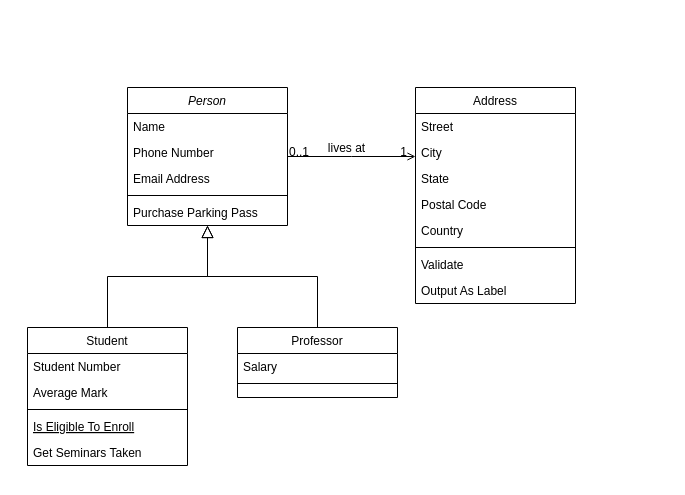
This is Untitled Diagram.drawio from shtmke/francisco.concha, a draw.io file, before an edit. Source tidied: cells renumbered, new cells numbered last; positions are measured from the earlier drawing's top-left corner, leaving out a move shared by most shapes. Both pictures are drawn from the tidied source at 100%, with x=0, y=0 at pixel (27, 87).
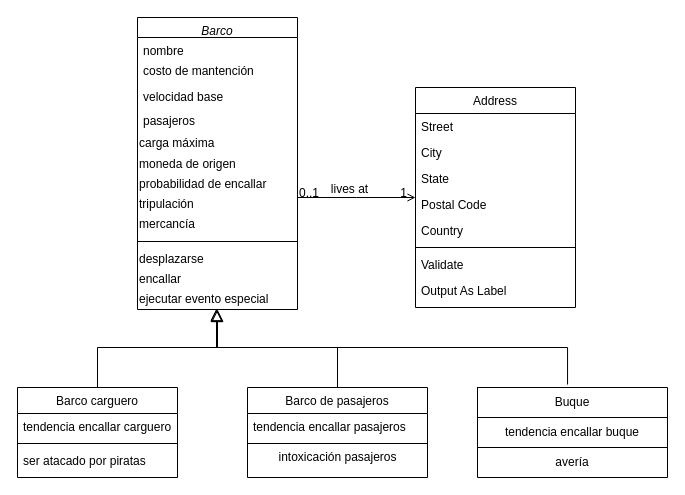
After the change.

What changed in the source:
```diff
@@
-    <mxCell id="2" value="Person" style="swimlane;fontStyle=2;align=center;verticalAlign=top;horizontal=1;startSize=26;rounded=0;shadow=0;strokeWidth=1;" parent="1" vertex="1">
-      <mxGeometry x="100" width="160" height="138" as="geometry" />
+    <mxCell id="2" value="Barco" style="swimlane;fontStyle=2;align=center;verticalAlign=top;horizontal=1;startSize=20;rounded=0;shadow=0;strokeWidth=1;" parent="1" vertex="1">
+      <mxGeometry x="110" y="-70" width="160" height="292" as="geometry" />
     </mxCell>
-    <mxCell id="3" value="Name" style="text;align=left;verticalAlign=top;spacingLeft=4;spacingRight=4;overflow=hidden;" parent="2" vertex="1">
-      <mxGeometry y="26" width="160" height="26" as="geometry" />
+    <mxCell id="3" value="nombre" style="text;align=left;verticalAlign=top;spacingLeft=4;spacingRight=4;overflow=hidden;" parent="2" vertex="1">
+      <mxGeometry y="20" width="160" height="20" as="geometry" />
     </mxCell>
-    <mxCell id="4" value="Phone Number" style="text;align=left;verticalAlign=top;spacingLeft=4;spacingRight=4;overflow=hidden;rounded=0;shadow=0;html=0;" parent="2" vertex="1">
-      <mxGeometry y="52" width="160" height="26" as="geometry" />
+    <mxCell id="4" value="costo de mantención" style="text;align=left;verticalAlign=top;spacingLeft=4;spacingRight=4;overflow=hidden;rounded=0;shadow=0;html=0;" parent="2" vertex="1">
+      <mxGeometry y="40" width="160" height="26" as="geometry" />
     </mxCell>
-    <mxCell id="5" value="Email Address" style="text;align=left;verticalAlign=top;spacingLeft=4;spacingRight=4;overflow=hidden;rounded=0;shadow=0;html=0;" parent="2" vertex="1">
-      <mxGeometry y="78" width="160" height="26" as="geometry" />
+    <mxCell id="5" value="velocidad base" style="text;align=left;verticalAlign=top;spacingLeft=4;spacingRight=4;overflow=hidden;rounded=0;shadow=0;html=0;" parent="2" vertex="1">
+      <mxGeometry y="66" width="160" height="24" as="geometry" />
     </mxCell>
+    <mxCell id="7" value="pasajeros" style="text;align=left;verticalAlign=top;spacingLeft=4;spacingRight=4;overflow=hidden;" parent="2" vertex="1">
+      <mxGeometry y="90" width="160" height="26" as="geometry" />
+    </mxCell>
+    <mxCell id="32" value="carga máxima" style="text;html=1;align=left;verticalAlign=middle;fillColor=none;strokeColor=none;rounded=0;" parent="2" vertex="1">
+      <mxGeometry y="116" width="160" height="20" as="geometry" />
+    </mxCell>
+    <mxCell id="33" value="moneda de origen" style="text;html=1;align=left;verticalAlign=bottom;fillColor=none;strokeColor=none;rounded=0;" parent="2" vertex="1">
+      <mxGeometry y="136" width="160" height="20" as="geometry" />
+    </mxCell>
+    <mxCell id="34" value="probabilidad de encallar" style="text;html=1;align=left;verticalAlign=bottom;fillColor=none;strokeColor=none;rounded=0;" parent="2" vertex="1">
+      <mxGeometry y="156" width="160" height="20" as="geometry" />
+    </mxCell>
+    <mxCell id="35" value="tripulación" style="text;html=1;align=left;verticalAlign=bottom;fillColor=none;strokeColor=none;rounded=0;" parent="2" vertex="1">
+      <mxGeometry y="176" width="160" height="20" as="geometry" />
+    </mxCell>
+    <mxCell id="36" value="mercancía" style="text;html=1;align=left;verticalAlign=bottom;fillColor=none;strokeColor=none;rounded=0;" parent="2" vertex="1">
+      <mxGeometry y="196" width="160" height="20" as="geometry" />
+    </mxCell>
     <mxCell id="6" style="line;html=1;strokeWidth=1;align=left;verticalAlign=middle;spacingTop=-1;spacingLeft=3;spacingRight=3;labelPosition=right;" parent="2" vertex="1">
-      <mxGeometry y="104" width="160" height="8" as="geometry" />
+      <mxGeometry y="216" width="160" height="16" as="geometry" />
     </mxCell>
-    <mxCell id="7" value="Purchase Parking Pass" style="text;align=left;verticalAlign=top;spacingLeft=4;spacingRight=4;overflow=hidden;" parent="2" vertex="1">
-      <mxGeometry y="112" width="160" height="26" as="geometry" />
-    </mxCell>
+    <mxCell id="37" value="desplazarse" style="text;html=1;align=left;verticalAlign=middle;strokeColor=none;" parent="2" vertex="1">
+      <mxGeometry y="232" width="160" height="20" as="geometry" />
+    </mxCell>
+    <mxCell id="38" value="encallar" style="text;html=1;align=left;verticalAlign=middle;strokeColor=none;" parent="2" vertex="1">
+      <mxGeometry y="252" width="160" height="20" as="geometry" />
+    </mxCell>
+    <mxCell id="39" value="ejecutar evento especial" style="text;html=1;align=left;verticalAlign=middle;points=[];strokeColor=none;" parent="2" vertex="1">
+      <mxGeometry y="272" width="160" height="20" as="geometry" />
+    </mxCell>
-    <mxCell id="8" value="Student" style="swimlane;fontStyle=0;align=center;verticalAlign=top;horizontal=1;startSize=26;rounded=0;shadow=0;strokeWidth=1;" parent="1" vertex="1">
-      <mxGeometry y="240" width="160" height="138" as="geometry" />
+    <mxCell id="8" value="Barco carguero" style="swimlane;fontStyle=0;align=center;verticalAlign=top;horizontal=1;startSize=26;rounded=0;shadow=0;strokeWidth=1;" parent="1" vertex="1">
+      <mxGeometry x="-10" y="300" width="160" height="90" as="geometry" />
     </mxCell>
-    <mxCell id="9" value="Student Number" style="text;align=left;verticalAlign=top;spacingLeft=4;spacingRight=4;overflow=hidden;" parent="8" vertex="1">
+    <mxCell id="9" value="tendencia encallar carguero" style="text;align=left;verticalAlign=top;spacingLeft=4;spacingRight=4;overflow=hidden;" parent="8" vertex="1">
       <mxGeometry y="26" width="160" height="26" as="geometry" />
     </mxCell>
-    <mxCell id="10" value="Average Mark" style="text;align=left;verticalAlign=top;spacingLeft=4;spacingRight=4;overflow=hidden;rounded=0;shadow=0;html=0;" parent="8" vertex="1">
-      <mxGeometry y="52" width="160" height="26" as="geometry" />
-    </mxCell>
     <mxCell id="11" style="line;html=1;strokeWidth=1;align=left;verticalAlign=middle;spacingTop=-1;spacingLeft=3;spacingRight=3;labelPosition=right;" parent="8" vertex="1">
-      <mxGeometry y="78" width="160" height="8" as="geometry" />
+      <mxGeometry y="52" width="160" height="8" as="geometry" />
     </mxCell>
-    <mxCell id="12" value="Is Eligible To Enroll" style="text;align=left;verticalAlign=top;spacingLeft=4;spacingRight=4;overflow=hidden;fontStyle=4;" parent="8" vertex="1">
-      <mxGeometry y="86" width="160" height="26" as="geometry" />
+    <mxCell id="12" value="ser atacado por piratas" style="text;align=left;verticalAlign=top;spacingLeft=4;spacingRight=4;overflow=hidden;fontStyle=0;" parent="8" vertex="1">
+      <mxGeometry y="60" width="160" height="26" as="geometry" />
     </mxCell>
-    <mxCell id="13" value="Get Seminars Taken" style="text;align=left;verticalAlign=top;spacingLeft=4;spacingRight=4;overflow=hidden;" parent="8" vertex="1">
-      <mxGeometry y="112" width="160" height="26" as="geometry" />
-    </mxCell>
     <mxCell id="14" style="endArrow=block;endSize=10;endFill=0;shadow=0;strokeWidth=1;rounded=0;edgeStyle=elbowEdgeStyle;elbow=vertical;" parent="1" edge="1" source="8" target="2">
-      <mxGeometry relative="1" as="geometry" />
+      <mxGeometry relative="1" as="geometry">
+        <Array as="points">
+          <mxPoint x="190" y="260" />
+        </Array>
+      </mxGeometry>
     </mxCell>
-    <mxCell id="15" value="Professor" style="swimlane;fontStyle=0;align=center;verticalAlign=top;horizontal=1;startSize=26;rounded=0;shadow=0;strokeWidth=1;" parent="1" vertex="1">
-      <mxGeometry x="210" y="240" width="160" height="70" as="geometry" />
+    <mxCell id="15" value="Barco de pasajeros" style="swimlane;fontStyle=0;align=center;verticalAlign=top;horizontal=1;startSize=26;rounded=0;shadow=0;strokeWidth=1;" parent="1" vertex="1">
+      <mxGeometry x="220" y="300" width="180" height="90" as="geometry" />
     </mxCell>
-    <mxCell id="16" value="Salary" style="text;align=left;verticalAlign=top;spacingLeft=4;spacingRight=4;overflow=hidden;" parent="15" vertex="1">
-      <mxGeometry y="26" width="160" height="26" as="geometry" />
+    <mxCell id="16" value="tendencia encallar pasajeros" style="text;align=left;verticalAlign=top;spacingLeft=4;spacingRight=4;overflow=hidden;" parent="15" vertex="1">
+      <mxGeometry y="26" width="180" height="26" as="geometry" />
     </mxCell>
     <mxCell id="17" style="line;html=1;strokeWidth=1;align=left;verticalAlign=middle;spacingTop=-1;spacingLeft=3;spacingRight=3;labelPosition=right;" parent="15" vertex="1">
-      <mxGeometry y="52" width="160" height="8" as="geometry" />
+      <mxGeometry y="52" width="180" height="8" as="geometry" />
     </mxCell>
+    <mxCell id="40" value="intoxicación pasajeros" style="text;html=1;align=center;verticalAlign=middle;fillColor=none;strokeColor=none;rounded=0;" parent="15" vertex="1">
+      <mxGeometry y="60" width="180" height="20" as="geometry" />
+    </mxCell>
-    <mxCell id="18" style="endArrow=block;endSize=10;endFill=0;shadow=0;strokeWidth=1;rounded=0;edgeStyle=elbowEdgeStyle;elbow=vertical;" parent="1" edge="1" source="15" target="2">
-      <mxGeometry relative="1" as="geometry" />
+    <mxCell id="18" style="endArrow=block;endSize=10;endFill=0;shadow=0;strokeWidth=1;rounded=0;edgeStyle=elbowEdgeStyle;elbow=vertical;exitX=0.5;exitY=0;exitDx=0;exitDy=0;" parent="1" edge="1" source="15">
+      <mxGeometry relative="1" as="geometry">
+        <mxPoint x="189" y="222" as="targetPoint" />
+        <Array as="points">
+          <mxPoint x="250" y="260" />
+          <mxPoint x="340" y="270" />
+        </Array>
+      </mxGeometry>
     </mxCell>
     <mxCell id="19" value="Address" style="swimlane;fontStyle=0;align=center;verticalAlign=top;horizontal=1;startSize=26;rounded=0;shadow=0;strokeWidth=1;" parent="1" vertex="1">
-      <mxGeometry x="388" width="160" height="216" as="geometry" />
+      <mxGeometry x="388" width="160" height="220" as="geometry" />
     </mxCell>
@@
+    <mxCell id="41" style="shape=table;html=1;whiteSpace=wrap;startSize=0;childLayout=tableLayout;" parent="1" vertex="1">
+      <mxGeometry x="450" y="300" width="190" height="90" as="geometry" />
+    </mxCell>
+    <mxCell id="42" style="shape=partialRectangle;html=1;whiteSpace=wrap;fillColor=none;top=0;left=0;bottom=0;right=0;points=[[0,0.5],[1,0.5]];portConstraint=eastwest;" parent="41" vertex="1">
+      <mxGeometry width="190" height="30" as="geometry" />
+    </mxCell>
+    <mxCell id="43" value="Buque" style="shape=partialRectangle;html=1;whiteSpace=wrap;overflow=hidden;fillColor=none;top=0;left=0;bottom=0;right=0;" parent="42" vertex="1">
+      <mxGeometry width="190" height="30" as="geometry" />
+    </mxCell>
+    <mxCell id="44" style="shape=partialRectangle;html=1;whiteSpace=wrap;fillColor=none;top=0;left=0;bottom=0;right=0;" parent="41" vertex="1">
+      <mxGeometry y="30" width="190" height="30" as="geometry" />
+    </mxCell>
+    <mxCell id="45" value="tendencia encallar buque" style="shape=partialRectangle;html=1;whiteSpace=wrap;overflow=hidden;fillColor=none;top=0;left=0;bottom=0;right=0;" parent="44" vertex="1">
+      <mxGeometry width="190" height="30" as="geometry" />
+    </mxCell>
+    <mxCell id="46" style="shape=partialRectangle;html=1;whiteSpace=wrap;fillColor=none;top=0;left=0;bottom=0;right=0;" parent="41" vertex="1">
+      <mxGeometry y="60" width="190" height="30" as="geometry" />
+    </mxCell>
+    <mxCell id="47" value="avería" style="shape=partialRectangle;html=1;whiteSpace=wrap;overflow=hidden;fillColor=none;top=0;left=0;bottom=0;right=0;" parent="46" vertex="1">
+      <mxGeometry width="190" height="30" as="geometry" />
+    </mxCell>
+    <mxCell id="48" style="endArrow=block;endSize=10;endFill=0;shadow=0;strokeWidth=1;rounded=0;edgeStyle=elbowEdgeStyle;elbow=vertical;exitX=0.474;exitY=-0.1;exitDx=0;exitDy=0;exitPerimeter=0;entryX=0.494;entryY=0.95;entryDx=0;entryDy=0;entryPerimeter=0;" parent="1" edge="1" source="42" target="39">
+      <mxGeometry relative="1" as="geometry">
+        <Array as="points">
+          <mxPoint x="360" y="260" />
+          <mxPoint x="461" y="268" />
+        </Array>
+      </mxGeometry>
+    </mxCell>
```
